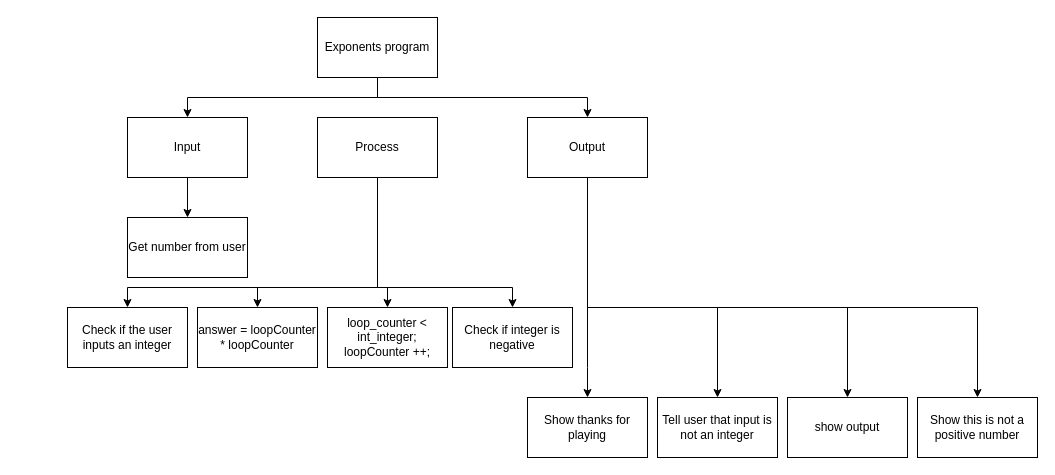
Above: design/top-down.drawio in Johanna-liu16/ICS3U-Assignment-04-python (draw.io), before the change. Source tidied: cells renumbered, new cells numbered last; positions are measured from the earlier drawing's top-left corner, leaving out a move shared by most shapes. Both pictures are drawn from the tidied source at 100%, with x=0, y=0 at pixel (67, 17).
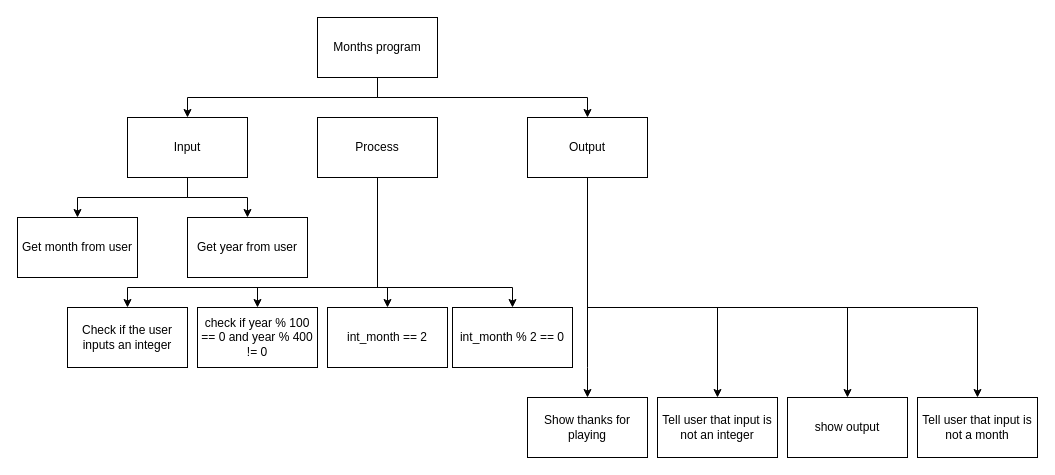
Above is the later version.

Unchanged cells that the change refers to:
```xml
<mxCell id="14" value="Input" style="rounded=0;whiteSpace=wrap;html=1;" parent="1" vertex="1">
  <mxGeometry x="60" y="100" width="120" height="60" as="geometry" />
</mxCell>
```

What changed in the source:
```diff
@@
-    <mxCell id="2" value="Get number from user" style="rounded=0;whiteSpace=wrap;html=1;" parent="1" vertex="1">
-      <mxGeometry x="60" y="200" width="120" height="60" as="geometry" />
+    <mxCell id="2" value="Get month from user" style="rounded=0;whiteSpace=wrap;html=1;" parent="1" vertex="1">
+      <mxGeometry x="-50" y="200" width="120" height="60" as="geometry" />
     </mxCell>
@@
+    <mxCell id="26" style="edgeStyle=none;html=1;entryX=0.5;entryY=0;entryDx=0;entryDy=0;rounded=0;" parent="1" edge="1" source="14" target="27">
+      <mxGeometry relative="1" as="geometry">
+        <Array as="points">
+          <mxPoint x="120" y="180" />
+          <mxPoint x="180" y="180" />
+        </Array>
+      </mxGeometry>
+    </mxCell>
@@
-    <mxCell id="15" value="loop_counter &amp;lt; int_integer; loopCounter ++;" style="rounded=0;whiteSpace=wrap;html=1;" parent="1" vertex="1">
+    <mxCell id="15" value="int_month == 2" style="rounded=0;whiteSpace=wrap;html=1;" parent="1" vertex="1">
       <mxGeometry x="260" y="290" width="120" height="60" as="geometry" />
     </mxCell>
@@
-    <mxCell id="19" value="Exponents program" style="rounded=0;whiteSpace=wrap;html=1;" parent="1" vertex="1">
+    <mxCell id="19" value="Months program" style="rounded=0;whiteSpace=wrap;html=1;" parent="1" vertex="1">
       <mxGeometry x="250" width="120" height="60" as="geometry" />
     </mxCell>
@@
-    <mxCell id="22" value="Check if integer is negative" style="rounded=0;whiteSpace=wrap;html=1;" parent="1" vertex="1">
+    <mxCell id="22" value="int_month % 2 == 0" style="rounded=0;whiteSpace=wrap;html=1;" parent="1" vertex="1">
       <mxGeometry x="385" y="290" width="120" height="60" as="geometry" />
     </mxCell>
@@
-    <mxCell id="24" value="answer = loopCounter * loopCounter" style="rounded=0;whiteSpace=wrap;html=1;" parent="1" vertex="1">
+    <mxCell id="24" value="check if year % 100 == 0 and year % 400 != 0" style="rounded=0;whiteSpace=wrap;html=1;" parent="1" vertex="1">
       <mxGeometry x="130" y="290" width="120" height="60" as="geometry" />
     </mxCell>
-    <mxCell id="25" value="Show this is not a positive number" style="rounded=0;whiteSpace=wrap;html=1;" parent="1" vertex="1">
+    <mxCell id="25" value="Tell user that input is not a month" style="rounded=0;whiteSpace=wrap;html=1;" parent="1" vertex="1">
       <mxGeometry x="850" y="380" width="120" height="60" as="geometry" />
     </mxCell>
+    <mxCell id="27" value="Get year from user" style="rounded=0;whiteSpace=wrap;html=1;" parent="1" vertex="1">
+      <mxGeometry x="120" y="200" width="120" height="60" as="geometry" />
+    </mxCell>
```
